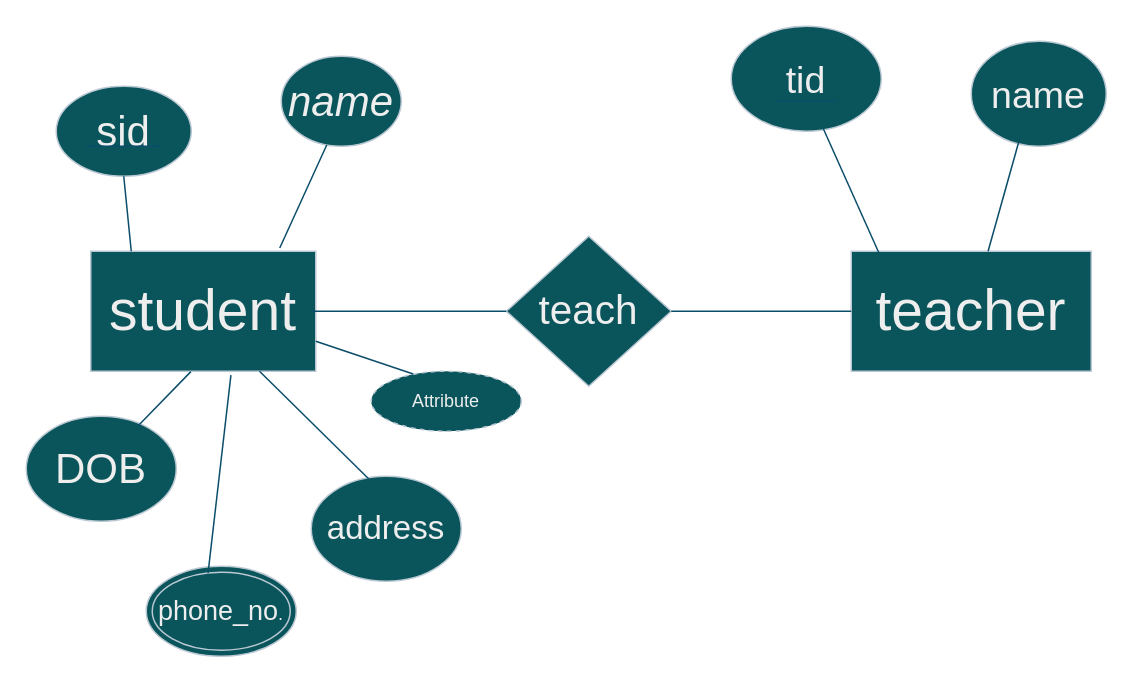
The draw.io diagram Untitled Diagram.drawio in ankita8188/mern, before the edit. Source tidied: cells renumbered, new cells numbered last; positions are measured from the earlier drawing's top-left corner, leaving out a move shared by most shapes. Both pictures are drawn from the tidied source at 150%, with x=0, y=0 at pixel (26, 26).
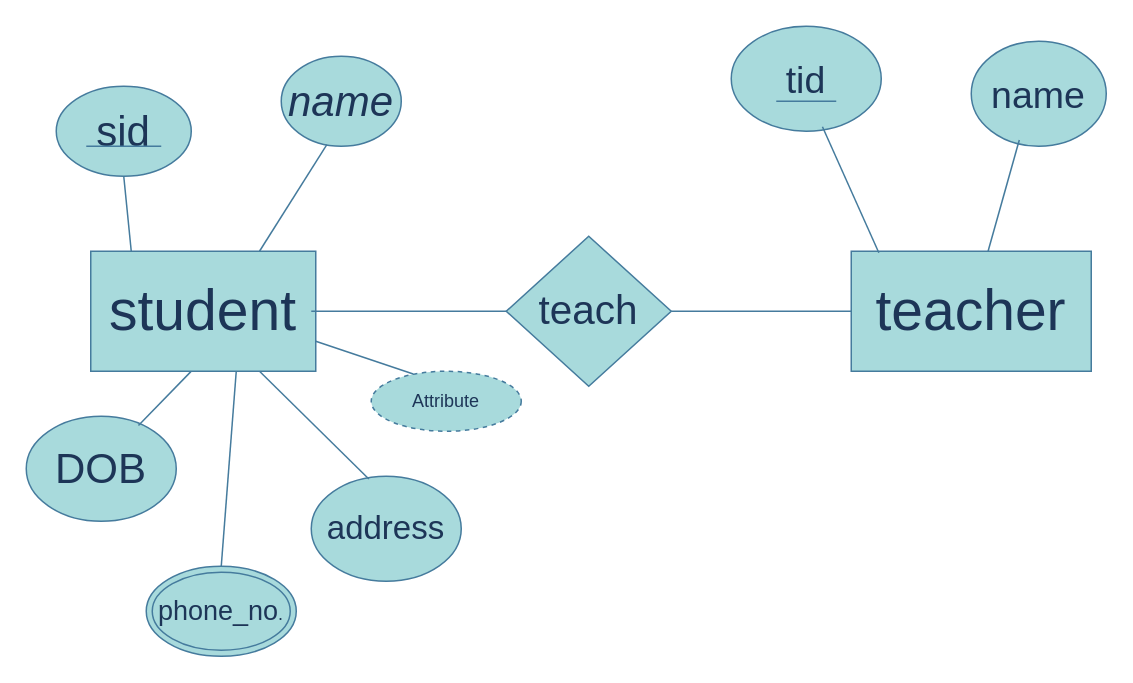
After the change.

Change to the diagram source:
```diff
@@
-    <mxCell id="2" value="teacher" style="rounded=0;whiteSpace=wrap;html=1;fontSize=38;labelBackgroundColor=none;fillColor=#09555B;strokeColor=#BAC8D3;fontColor=#EEEEEE;" parent="1" vertex="1">
+    <mxCell id="2" value="teacher" style="rounded=0;whiteSpace=wrap;html=1;fontSize=38;labelBackgroundColor=none;fillColor=#A8DADC;strokeColor=#457B9D;fontColor=#1D3557;" parent="1" vertex="1">
       <mxGeometry x="550" y="150" width="160" height="80" as="geometry" />
     </mxCell>
-    <mxCell id="3" value="student" style="rounded=0;whiteSpace=wrap;html=1;labelBackgroundColor=none;fontSize=38;fillColor=#09555B;strokeColor=#BAC8D3;fontColor=#EEEEEE;" parent="1" vertex="1">
+    <mxCell id="3" value="student" style="rounded=0;whiteSpace=wrap;html=1;labelBackgroundColor=none;fontSize=38;fillColor=#A8DADC;strokeColor=#457B9D;fontColor=#1D3557;" parent="1" vertex="1">
       <mxGeometry x="43" y="150" width="150" height="80" as="geometry" />
     </mxCell>
-    <mxCell id="4" value="teach" style="rhombus;whiteSpace=wrap;html=1;fontSize=27;labelBackgroundColor=none;fillColor=#09555B;strokeColor=#BAC8D3;fontColor=#EEEEEE;" parent="1" vertex="1">
+    <mxCell id="4" value="teach" style="rhombus;whiteSpace=wrap;html=1;fontSize=27;labelBackgroundColor=none;fillColor=#A8DADC;strokeColor=#457B9D;fontColor=#1D3557;" parent="1" vertex="1">
       <mxGeometry x="320" y="140" width="110" height="100" as="geometry" />
     </mxCell>
-    <mxCell id="5" value="&lt;font style=&quot;font-size: 28px;&quot;&gt;name&lt;/font&gt;" style="ellipse;whiteSpace=wrap;html=1;fontStyle=2;labelBackgroundColor=none;fillColor=#09555B;strokeColor=#BAC8D3;fontColor=#EEEEEE;" parent="1" vertex="1">
+    <mxCell id="5" value="&lt;font style=&quot;font-size: 28px;&quot;&gt;name&lt;/font&gt;" style="ellipse;whiteSpace=wrap;html=1;fontStyle=2;labelBackgroundColor=none;fillColor=#A8DADC;strokeColor=#457B9D;fontColor=#1D3557;" parent="1" vertex="1">
       <mxGeometry x="170" y="20" width="80" height="60" as="geometry" />
     </mxCell>
-    <mxCell id="6" value="&lt;font style=&quot;font-size: 28px;&quot;&gt;sid&lt;/font&gt;" style="ellipse;whiteSpace=wrap;html=1;fontSize=20;labelBackgroundColor=none;fillColor=#09555B;strokeColor=#BAC8D3;fontColor=#EEEEEE;" parent="1" vertex="1">
+    <mxCell id="6" value="&lt;font style=&quot;font-size: 28px;&quot;&gt;sid&lt;/font&gt;" style="ellipse;whiteSpace=wrap;html=1;fontSize=20;labelBackgroundColor=none;fillColor=#A8DADC;strokeColor=#457B9D;fontColor=#1D3557;" parent="1" vertex="1">
       <mxGeometry x="20" y="40" width="90" height="60" as="geometry" />
     </mxCell>
-    <mxCell id="7" value="&lt;font style=&quot;font-size: 28px;&quot;&gt;DOB&lt;/font&gt;" style="ellipse;whiteSpace=wrap;html=1;labelBackgroundColor=none;fillColor=#09555B;strokeColor=#BAC8D3;fontColor=#EEEEEE;" parent="1" vertex="1">
+    <mxCell id="7" value="&lt;font style=&quot;font-size: 28px;&quot;&gt;DOB&lt;/font&gt;" style="ellipse;whiteSpace=wrap;html=1;labelBackgroundColor=none;fillColor=#A8DADC;strokeColor=#457B9D;fontColor=#1D3557;" parent="1" vertex="1">
       <mxGeometry y="260" width="100" height="70" as="geometry" />
     </mxCell>
-    <mxCell id="8" value="&lt;font style=&quot;font-size: 22px;&quot;&gt;address&lt;/font&gt;" style="ellipse;whiteSpace=wrap;html=1;labelBackgroundColor=none;fillColor=#09555B;strokeColor=#BAC8D3;fontColor=#EEEEEE;" parent="1" vertex="1">
+    <mxCell id="8" value="&lt;font style=&quot;font-size: 22px;&quot;&gt;address&lt;/font&gt;" style="ellipse;whiteSpace=wrap;html=1;labelBackgroundColor=none;fillColor=#A8DADC;strokeColor=#457B9D;fontColor=#1D3557;" parent="1" vertex="1">
       <mxGeometry x="190" y="300" width="100" height="70" as="geometry" />
     </mxCell>
-    <mxCell id="9" style="endArrow=none;html=1;rounded=0;entryX=0.445;entryY=1.003;entryDx=0;entryDy=0;entryPerimeter=0;exitX=0.748;exitY=0.089;exitDx=0;exitDy=0;exitPerimeter=0;labelBackgroundColor=none;strokeColor=#0B4D6A;fontColor=default;" parent="1" edge="1" source="7" target="3">
+    <mxCell id="9" style="endArrow=none;html=1;rounded=0;entryX=0.445;entryY=1.003;entryDx=0;entryDy=0;entryPerimeter=0;exitX=0.748;exitY=0.089;exitDx=0;exitDy=0;exitPerimeter=0;labelBackgroundColor=none;strokeColor=#457B9D;fontColor=default;" parent="1" edge="1" source="7" target="3">
       <mxGeometry relative="1" as="geometry" />
     </mxCell>
-    <mxCell id="10" style="endArrow=none;html=1;rounded=0;exitX=0.75;exitY=1;exitDx=0;exitDy=0;entryX=0.384;entryY=0.026;entryDx=0;entryDy=0;entryPerimeter=0;labelBackgroundColor=none;strokeColor=#0B4D6A;fontColor=default;" parent="1" edge="1" source="3" target="8">
+    <mxCell id="10" style="endArrow=none;html=1;rounded=0;exitX=0.75;exitY=1;exitDx=0;exitDy=0;entryX=0.384;entryY=0.026;entryDx=0;entryDy=0;entryPerimeter=0;labelBackgroundColor=none;strokeColor=#457B9D;fontColor=default;" parent="1" edge="1" source="3" target="8">
       <mxGeometry relative="1" as="geometry" />
     </mxCell>
-    <mxCell id="11" style="endArrow=none;html=1;rounded=0;exitX=0.38;exitY=0.983;exitDx=0;exitDy=0;exitPerimeter=0;entryX=0.84;entryY=-0.027;entryDx=0;entryDy=0;entryPerimeter=0;labelBackgroundColor=none;strokeColor=#0B4D6A;fontColor=default;" parent="1" edge="1" source="5" target="3">
+    <mxCell id="11" style="endArrow=none;html=1;rounded=0;exitX=0.38;exitY=0.983;exitDx=0;exitDy=0;exitPerimeter=0;entryX=0.75;entryY=0;entryDx=0;entryDy=0;labelBackgroundColor=none;strokeColor=#457B9D;fontColor=default;" parent="1" edge="1" source="5" target="3">
       <mxGeometry relative="1" as="geometry" />
     </mxCell>
-    <mxCell id="12" style="endArrow=none;html=1;rounded=0;entryX=0.5;entryY=1;entryDx=0;entryDy=0;labelBackgroundColor=none;strokeColor=#0B4D6A;fontColor=default;" parent="1" edge="1" target="6">
+    <mxCell id="12" style="endArrow=none;html=1;rounded=0;entryX=0.5;entryY=1;entryDx=0;entryDy=0;labelBackgroundColor=none;strokeColor=#457B9D;fontColor=default;" parent="1" edge="1" target="6">
       <mxGeometry relative="1" as="geometry">
         <mxPoint x="70" y="150" as="sourcePoint" />
       </mxGeometry>
     </mxCell>
-    <mxCell id="13" style="endArrow=none;html=1;rounded=0;entryX=0;entryY=0.5;entryDx=0;entryDy=0;exitX=0;exitY=0.5;exitDx=0;exitDy=0;labelBackgroundColor=none;strokeColor=#0B4D6A;fontColor=default;" parent="1" edge="1" source="4" target="4">
+    <mxCell id="13" style="endArrow=none;html=1;rounded=0;entryX=0;entryY=0.5;entryDx=0;entryDy=0;exitX=0;exitY=0.5;exitDx=0;exitDy=0;labelBackgroundColor=none;strokeColor=#457B9D;fontColor=default;" parent="1" edge="1" source="4" target="4">
       <mxGeometry relative="1" as="geometry">
         <Array as="points">
           <mxPoint x="190" y="190" />
         </Array>
       </mxGeometry>
     </mxCell>
-    <mxCell id="14" style="endArrow=none;html=1;rounded=0;entryX=1;entryY=0.5;entryDx=0;entryDy=0;exitX=0;exitY=0.5;exitDx=0;exitDy=0;labelBackgroundColor=none;strokeColor=#0B4D6A;fontColor=default;" parent="1" edge="1" source="2" target="4">
+    <mxCell id="14" style="endArrow=none;html=1;rounded=0;entryX=1;entryY=0.5;entryDx=0;entryDy=0;exitX=0;exitY=0.5;exitDx=0;exitDy=0;labelBackgroundColor=none;strokeColor=#457B9D;fontColor=default;" parent="1" edge="1" source="2" target="4">
       <mxGeometry relative="1" as="geometry" />
     </mxCell>
-    <mxCell id="15" value="&lt;font style=&quot;font-size: 25px;&quot;&gt;tid&lt;/font&gt;" style="ellipse;whiteSpace=wrap;html=1;labelBackgroundColor=none;fillColor=#09555B;strokeColor=#BAC8D3;fontColor=#EEEEEE;" parent="1" vertex="1">
+    <mxCell id="15" value="&lt;font style=&quot;font-size: 25px;&quot;&gt;tid&lt;/font&gt;" style="ellipse;whiteSpace=wrap;html=1;labelBackgroundColor=none;fillColor=#A8DADC;strokeColor=#457B9D;fontColor=#1D3557;" parent="1" vertex="1">
       <mxGeometry x="470" width="100" height="70" as="geometry" />
     </mxCell>
-    <mxCell id="16" value="&lt;font style=&quot;font-size: 25px;&quot;&gt;name&lt;/font&gt;" style="ellipse;whiteSpace=wrap;html=1;labelBackgroundColor=none;fillColor=#09555B;strokeColor=#BAC8D3;fontColor=#EEEEEE;" parent="1" vertex="1">
+    <mxCell id="16" value="&lt;font style=&quot;font-size: 25px;&quot;&gt;name&lt;/font&gt;" style="ellipse;whiteSpace=wrap;html=1;labelBackgroundColor=none;fillColor=#A8DADC;strokeColor=#457B9D;fontColor=#1D3557;" parent="1" vertex="1">
       <mxGeometry x="630" y="10" width="90" height="70" as="geometry" />
     </mxCell>
-    <mxCell id="17" style="endArrow=none;html=1;rounded=0;entryX=0.608;entryY=0.957;entryDx=0;entryDy=0;entryPerimeter=0;exitX=0.115;exitY=0.013;exitDx=0;exitDy=0;exitPerimeter=0;labelBackgroundColor=none;strokeColor=#0B4D6A;fontColor=default;" parent="1" edge="1" source="2" target="15">
+    <mxCell id="17" style="endArrow=none;html=1;rounded=0;entryX=0.608;entryY=0.957;entryDx=0;entryDy=0;entryPerimeter=0;exitX=0.115;exitY=0.013;exitDx=0;exitDy=0;exitPerimeter=0;labelBackgroundColor=none;strokeColor=#457B9D;fontColor=default;" parent="1" edge="1" source="2" target="15">
       <mxGeometry relative="1" as="geometry" />
     </mxCell>
-    <mxCell id="18" style="endArrow=none;html=1;rounded=0;entryX=0.356;entryY=0.94;entryDx=0;entryDy=0;entryPerimeter=0;labelBackgroundColor=none;strokeColor=#0B4D6A;fontColor=default;" parent="1" edge="1" source="2" target="16">
+    <mxCell id="18" style="endArrow=none;html=1;rounded=0;entryX=0.356;entryY=0.94;entryDx=0;entryDy=0;entryPerimeter=0;labelBackgroundColor=none;strokeColor=#457B9D;fontColor=default;" parent="1" edge="1" source="2" target="16">
       <mxGeometry relative="1" as="geometry" />
     </mxCell>
-    <mxCell id="19" style="endArrow=none;html=1;rounded=0;labelBackgroundColor=none;strokeColor=#0B4D6A;fontColor=default;" parent="1" edge="1">
+    <mxCell id="19" style="endArrow=none;html=1;rounded=0;labelBackgroundColor=none;strokeColor=#457B9D;fontColor=default;" parent="1" edge="1">
       <mxGeometry relative="1" as="geometry">
         <mxPoint x="40" y="80" as="sourcePoint" />
         <mxPoint x="90" y="80" as="targetPoint" />
         <Array as="points">
           <mxPoint x="90" y="80" />
           <mxPoint x="65" y="80" />
         </Array>
       </mxGeometry>
     </mxCell>
-    <mxCell id="20" style="endArrow=none;html=1;rounded=0;labelBackgroundColor=none;strokeColor=#0B4D6A;fontColor=default;" parent="1" edge="1">
+    <mxCell id="20" style="endArrow=none;html=1;rounded=0;labelBackgroundColor=none;strokeColor=#457B9D;fontColor=default;" parent="1" edge="1">
       <mxGeometry relative="1" as="geometry">
         <mxPoint x="540" y="50" as="sourcePoint" />
         <mxPoint x="500" y="50" as="targetPoint" />
         <Array as="points">
           <mxPoint x="520" y="50" />
         </Array>
       </mxGeometry>
     </mxCell>
-    <mxCell id="21" value="&lt;font style=&quot;font-size: 18px;&quot;&gt;phone_no&lt;/font&gt;." style="ellipse;shape=doubleEllipse;whiteSpace=wrap;html=1;strokeColor=#BAC8D3;fontColor=#EEEEEE;fillColor=#09555B;" parent="1" vertex="1">
+    <mxCell id="21" value="&lt;font style=&quot;font-size: 18px;&quot;&gt;phone_no&lt;/font&gt;." style="ellipse;shape=doubleEllipse;whiteSpace=wrap;html=1;strokeColor=#457B9D;fontColor=#1D3557;fillColor=#A8DADC;labelBackgroundColor=none;" parent="1" vertex="1">
       <mxGeometry x="80" y="360" width="100" height="60" as="geometry" />
     </mxCell>
-    <mxCell id="22" style="endArrow=none;html=1;rounded=0;strokeColor=#0B4D6A;exitX=0.412;exitY=0.077;exitDx=0;exitDy=0;exitPerimeter=0;entryX=0.623;entryY=1.033;entryDx=0;entryDy=0;entryPerimeter=0;" parent="1" edge="1" source="21" target="3">
-      <mxGeometry relative="1" as="geometry" />
+    <mxCell id="22" style="endArrow=none;html=1;rounded=0;strokeColor=#457B9D;labelBackgroundColor=none;fontColor=default;" parent="1" edge="1">
+      <mxGeometry relative="1" as="geometry">
+        <mxPoint x="130" y="360" as="sourcePoint" />
+        <mxPoint x="140" y="230" as="targetPoint" />
+      </mxGeometry>
     </mxCell>
-    <mxCell id="23" value="Attribute" style="ellipse;whiteSpace=wrap;html=1;align=center;dashed=1;strokeColor=#BAC8D3;fontColor=#EEEEEE;fillColor=#09555B;" parent="1" vertex="1">
+    <mxCell id="23" value="Attribute" style="ellipse;whiteSpace=wrap;html=1;align=center;dashed=1;strokeColor=#457B9D;fontColor=#1D3557;fillColor=#A8DADC;labelBackgroundColor=none;" parent="1" vertex="1">
       <mxGeometry x="230" y="230" width="100" height="40" as="geometry" />
     </mxCell>
-    <mxCell id="24" style="endArrow=none;html=1;rounded=0;strokeColor=#0B4D6A;exitX=0.28;exitY=0.045;exitDx=0;exitDy=0;exitPerimeter=0;entryX=1;entryY=0.75;entryDx=0;entryDy=0;" parent="1" edge="1" source="23" target="3">
+    <mxCell id="24" style="endArrow=none;html=1;rounded=0;strokeColor=#457B9D;exitX=0.28;exitY=0.045;exitDx=0;exitDy=0;exitPerimeter=0;entryX=1;entryY=0.75;entryDx=0;entryDy=0;labelBackgroundColor=none;fontColor=default;" parent="1" edge="1" source="23" target="3">
       <mxGeometry relative="1" as="geometry" />
     </mxCell>
```
